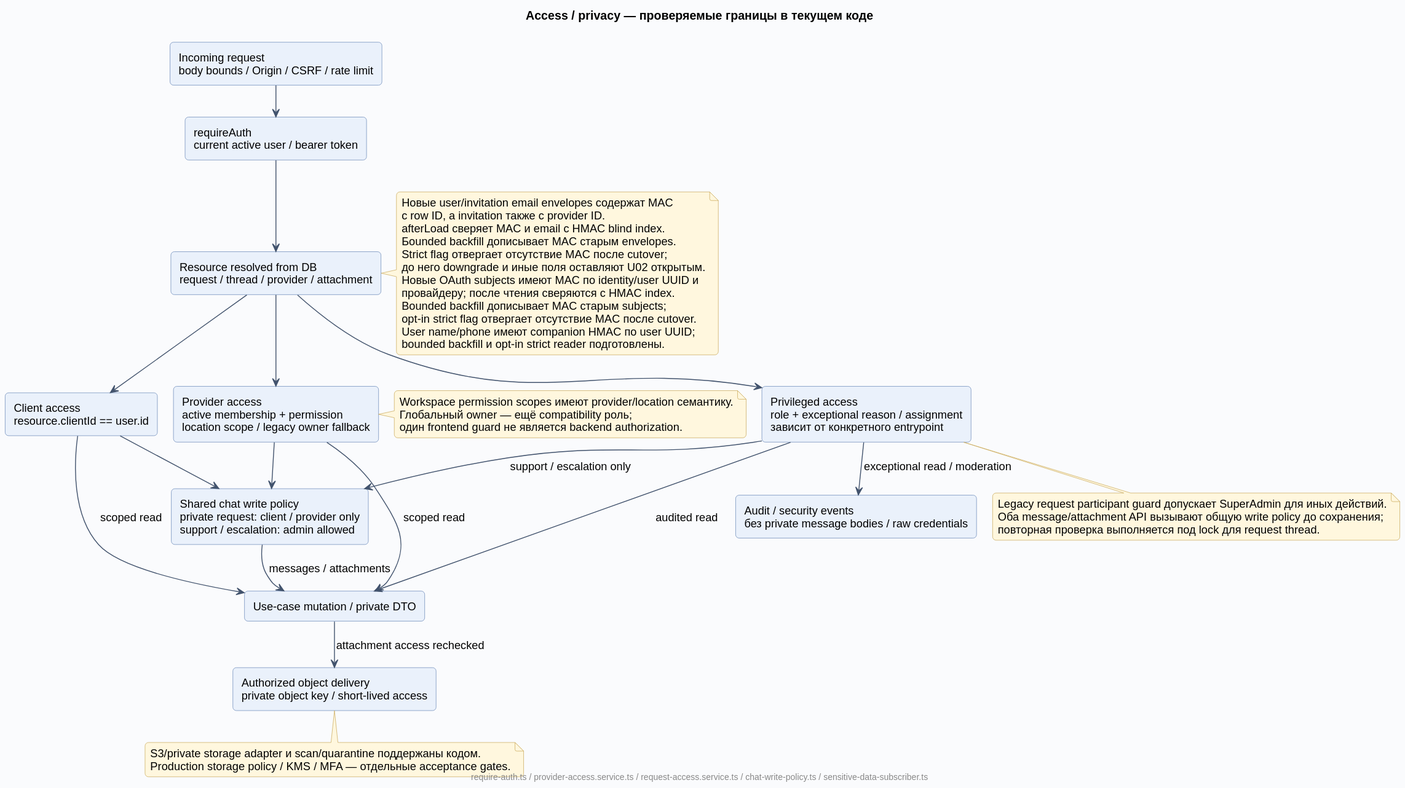
Dima163163/auto-care-hub keeps this PlantUML diagram as docs/diagrams/rendered/09-access-privacy.svg. Above is the earlier version.
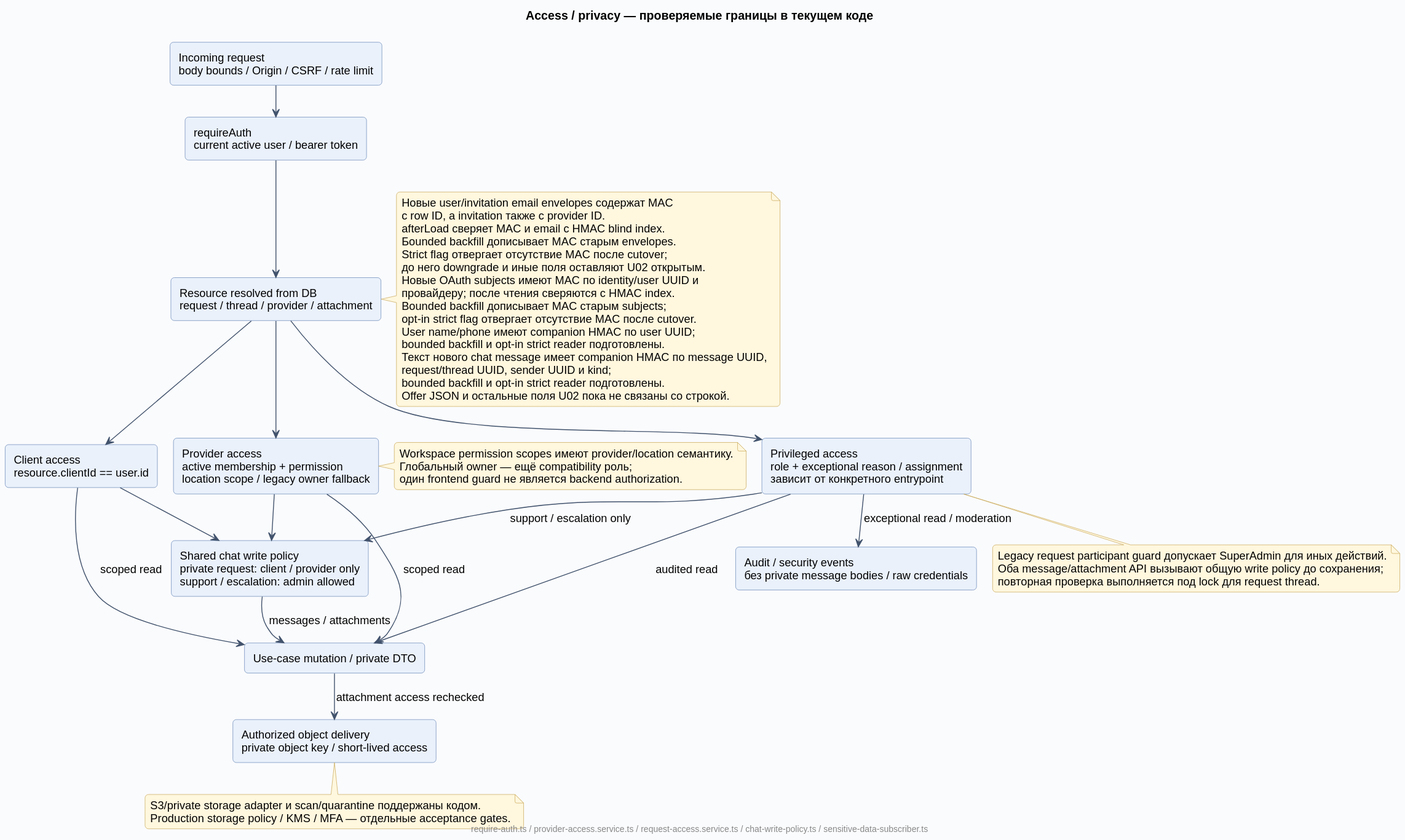
The same file after the commit.

Diff of the diagram source:
```diff
@@ -44,6 +44,10 @@
   opt-in strict flag отвергает отсутствие MAC после cutover.
   User name/phone имеют companion HMAC по user UUID;
   bounded backfill и opt-in strict reader подготовлены.
+  Текст нового chat message имеет companion HMAC по message UUID,
+  request/thread UUID, sender UUID и kind;
+  bounded backfill и opt-in strict reader подготовлены.
+  Offer JSON и остальные поля U02 пока не связаны со строкой.
 end note
 note bottom of Admin
   Legacy request participant guard допускает SuperAdmin для иных действий.
```
